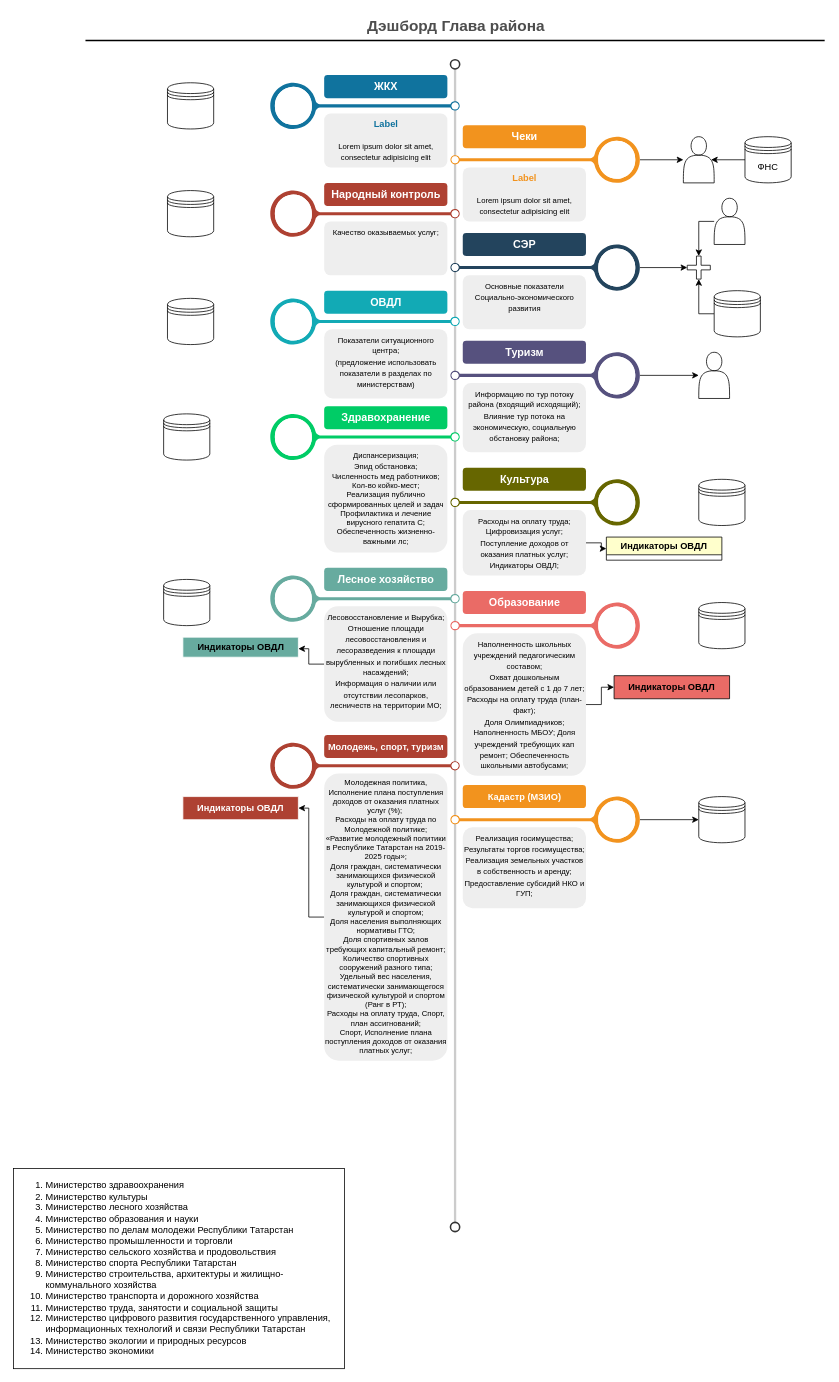
Earlier version of the draw.io diagram Диаграмма без названия.drawio (Esemenov85/dashboard). Source tidied: cells renumbered, new cells numbered last; positions are measured from the earlier drawing's top-left corner, leaving out a move shared by most shapes. Both pictures are drawn from the tidied source at 77%, with x=0, y=0 at pixel (13, 13).
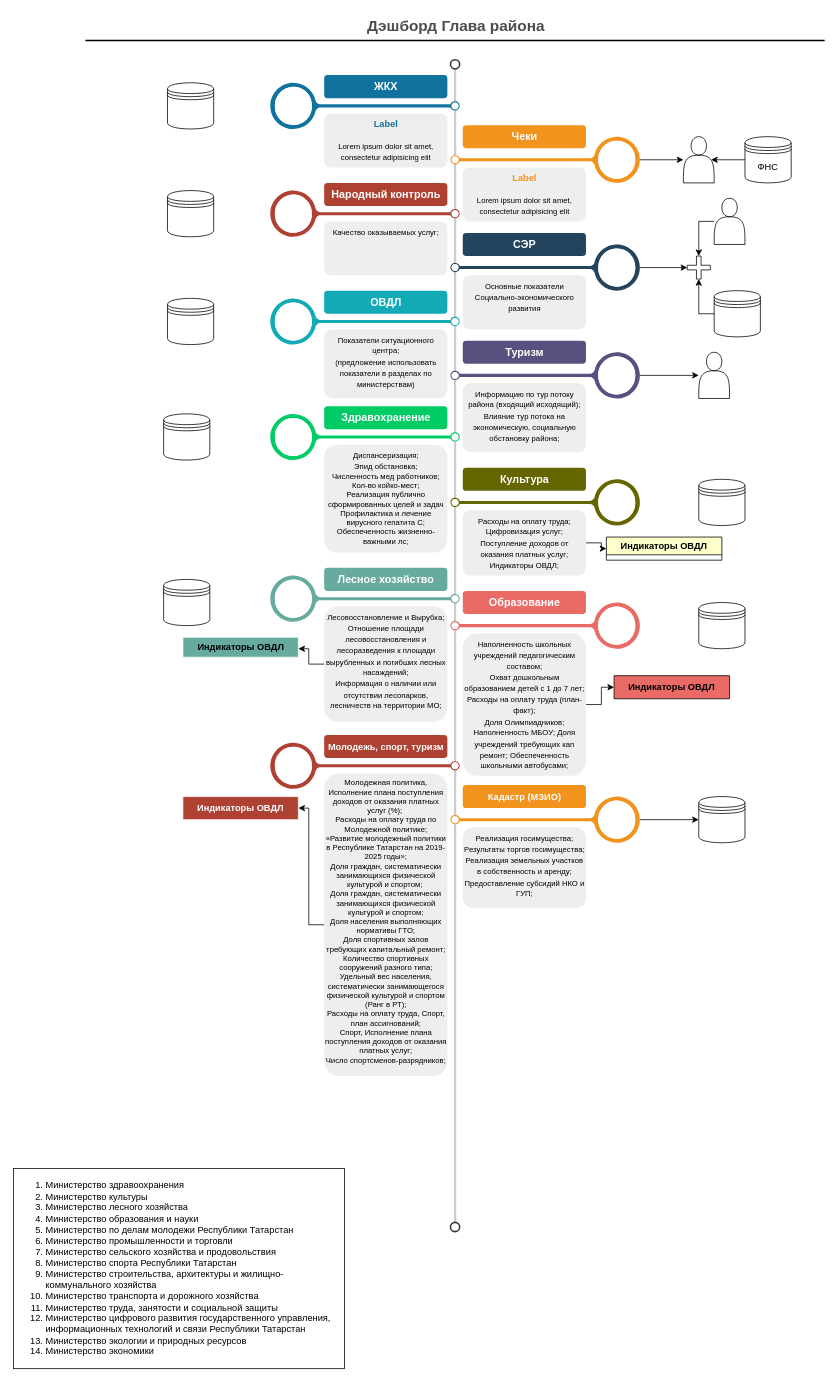
Above is the later version.

Change to the diagram source:
```diff
@@
-    <mxCell id="71" value="&lt;font style=&quot;&quot;&gt;&lt;font style=&quot;&quot; size=&quot;1&quot;&gt;&lt;div style=&quot;font-size: 10px;&quot;&gt;&lt;span style=&quot;background-color: initial;&quot;&gt;Молодежная политика, Исполнение плана поступления доходов от оказания платных услуг (%);&amp;nbsp;&lt;/span&gt;&lt;/div&gt;&lt;div style=&quot;&quot;&gt;&lt;span style=&quot;background-color: initial;&quot;&gt;Расходы на оплату труда по Молодежной политике;&lt;br&gt;«Развитие молодежный политики в Республике Татарстан на 2019-2025 годы»;&lt;br&gt;&lt;/span&gt;&lt;/div&gt;&lt;div style=&quot;&quot;&gt;&lt;span style=&quot;background-color: initial;&quot;&gt;&lt;div&gt;Доля граждан, систематически занимающихся физической культурой и спортом;&amp;nbsp;&lt;br&gt;Доля граждан, систематически занимающихся физической культурой и спортом;&lt;br&gt;Доля населения выполняющих нормативы ГТО;&lt;br&gt;Доля спортивных залов требующих капитальный ремонт;&lt;br&gt;Количество спортивных сооружений разного типа;&lt;br&gt;Удельный вес населения, систематически занимающегося физической культурой и спортом (Ранг в РТ);&lt;br&gt;Расходы на оплату труда, Спорт, план ассигнований;&lt;br&gt;Спорт, Исполнение плана поступления доходов от оказания платных услуг;&lt;br&gt;&lt;/div&gt;&lt;/span&gt;&lt;/div&gt;&lt;/font&gt;&lt;/font&gt;" style="rounded=1;strokeColor=none;fillColor=#EEEEEE;align=center;arcSize=12;verticalAlign=top;whiteSpace=wrap;html=1;fontSize=12;" parent="1" vertex="1">
-      <mxGeometry x="403.5" y="987" width="160" height="373" as="geometry" />
+    <mxCell id="71" value="&lt;font style=&quot;&quot;&gt;&lt;font style=&quot;&quot; size=&quot;1&quot;&gt;&lt;div style=&quot;font-size: 10px;&quot;&gt;&lt;span style=&quot;background-color: initial;&quot;&gt;Молодежная политика, Исполнение плана поступления доходов от оказания платных услуг (%);&amp;nbsp;&lt;/span&gt;&lt;/div&gt;&lt;div style=&quot;&quot;&gt;&lt;span style=&quot;background-color: initial;&quot;&gt;Расходы на оплату труда по Молодежной политике;&lt;br&gt;«Развитие молодежный политики в Республике Татарстан на 2019-2025 годы»;&lt;br&gt;&lt;/span&gt;&lt;/div&gt;&lt;div style=&quot;&quot;&gt;&lt;span style=&quot;background-color: initial;&quot;&gt;&lt;div&gt;Доля граждан, систематически занимающихся физической культурой и спортом;&amp;nbsp;&lt;br&gt;Доля граждан, систематически занимающихся физической культурой и спортом;&lt;br&gt;Доля населения выполняющих нормативы ГТО;&lt;br&gt;Доля спортивных залов требующих капитальный ремонт;&lt;br&gt;Количество спортивных сооружений разного типа;&lt;br&gt;Удельный вес населения, систематически занимающегося физической культурой и спортом (Ранг в РТ);&lt;br&gt;Расходы на оплату труда, Спорт, план ассигнований;&lt;br&gt;Спорт, Исполнение плана поступления доходов от оказания платных услуг;&lt;br&gt;Число спортсменов-разрядников;&lt;br&gt;&lt;/div&gt;&lt;/span&gt;&lt;/div&gt;&lt;/font&gt;&lt;/font&gt;" style="rounded=1;strokeColor=none;fillColor=#EEEEEE;align=center;arcSize=12;verticalAlign=top;whiteSpace=wrap;html=1;fontSize=12;" parent="1" vertex="1">
+      <mxGeometry x="403.5" y="987" width="160" height="393" as="geometry" />
     </mxCell>
```
